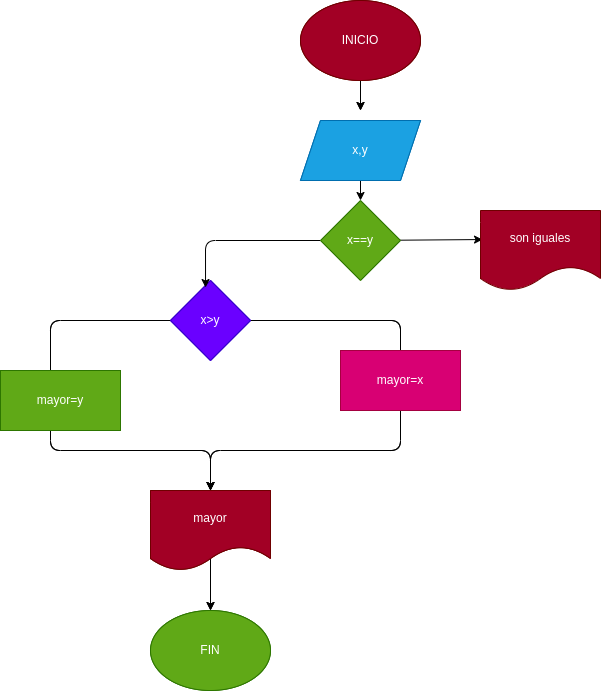
The draw.io diagram diagrama.png in futbolero06/mayor_2enteros, before a commit. Source tidied: cells renumbered, new cells last; positions are measured from the earlier drawing's top-left corner, leaving out a move shared by most shapes.
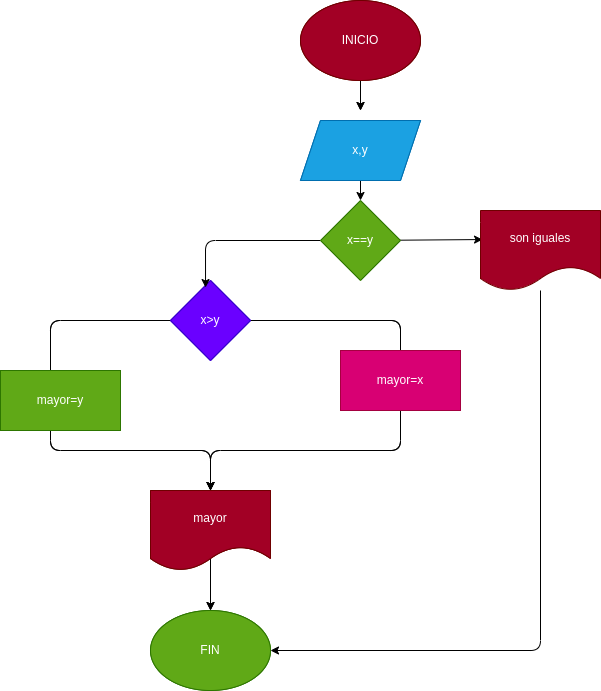
After the commit.

Commit message:
se modifico el diagrama y se agrego al readme

Diff of the diagram source:
```diff
@@ -120,6 +120,13 @@
     <mxCell id="27" value="x==y" style="rhombus;whiteSpace=wrap;html=1;fillColor=#60a917;fontColor=#ffffff;strokeColor=#2D7600;" parent="1" vertex="1">
       <mxGeometry x="320" y="200" width="80" height="80" as="geometry" />
     </mxCell>
+    <mxCell id="29" style="edgeStyle=none;html=1;entryX=1;entryY=0.5;entryDx=0;entryDy=0;" parent="1" edge="1" source="28" target="23">
+      <mxGeometry relative="1" as="geometry">
+        <Array as="points">
+          <mxPoint x="540" y="650" />
+        </Array>
+      </mxGeometry>
+    </mxCell>
     <mxCell id="28" value="&lt;span style=&quot;color: rgb(255, 255, 255);&quot;&gt;son iguales&lt;/span&gt;" style="shape=document;whiteSpace=wrap;html=1;boundedLbl=1;fillColor=#a20025;fontColor=#ffffff;strokeColor=#6F0000;" parent="1" vertex="1">
       <mxGeometry x="480" y="210" width="120" height="80" as="geometry" />
     </mxCell>
```
